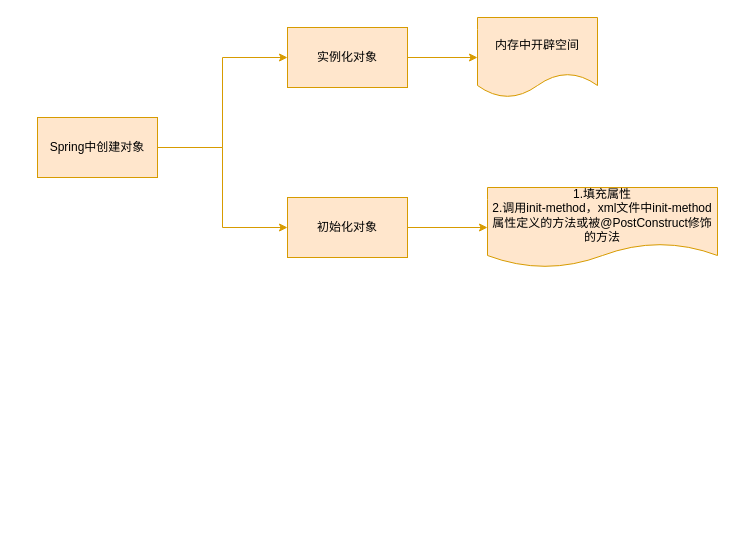
The draw.io diagram learn/spring.drawio in wenjunting50779/spring_learn, before the edit. Source tidied: cells renumbered, new cells numbered last; positions are measured from the earlier drawing's top-left corner, leaving out a move shared by most shapes. Both pictures are drawn from the tidied source at 100%, with x=0, y=0 at pixel (37, 17).
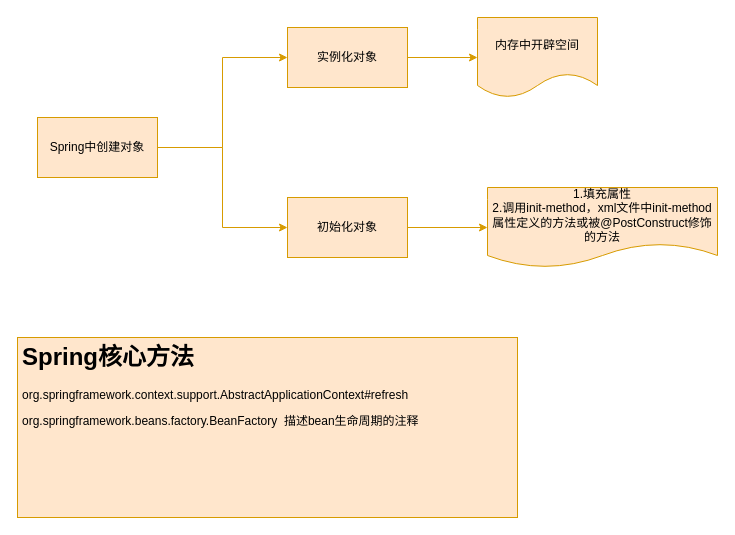
The same diagram, later.

What changed in the source:
```diff
@@
 <mxGraphModel>
   <root>
     <mxCell id="0" />
     <mxCell id="1" parent="0" />
     <mxCell id="2" style="edgeStyle=orthogonalEdgeStyle;rounded=0;jettySize=auto;html=1;exitX=1;exitY=0.5;exitDx=0;exitDy=0;entryX=0;entryY=0.5;entryDx=0;entryDy=0;fillColor=#ffe6cc;strokeColor=#d79b00;" parent="1" edge="1" source="4" target="6">
       <mxGeometry relative="1" as="geometry" />
     </mxCell>
     <mxCell id="3" style="edgeStyle=orthogonalEdgeStyle;rounded=0;jettySize=auto;html=1;exitX=1;exitY=0.5;exitDx=0;exitDy=0;entryX=0;entryY=0.5;entryDx=0;entryDy=0;fillColor=#ffe6cc;strokeColor=#d79b00;" parent="1" edge="1" source="4" target="8">
       <mxGeometry relative="1" as="geometry" />
     </mxCell>
     <mxCell id="4" value="Spring中创建对象" style="rounded=0;whiteSpace=wrap;html=1;fillColor=#ffe6cc;strokeColor=#d79b00;" parent="1" vertex="1">
       <mxGeometry y="100" width="120" height="60" as="geometry" />
     </mxCell>
     <mxCell id="5" style="edgeStyle=orthogonalEdgeStyle;rounded=0;jettySize=auto;html=1;exitX=1;exitY=0.5;exitDx=0;exitDy=0;entryX=0;entryY=0.5;entryDx=0;entryDy=0;fillColor=#ffe6cc;strokeColor=#d79b00;" parent="1" edge="1" source="6" target="9">
       <mxGeometry relative="1" as="geometry" />
     </mxCell>
     <mxCell id="6" value="实例化对象" style="rounded=0;whiteSpace=wrap;html=1;fillColor=#ffe6cc;strokeColor=#d79b00;" parent="1" vertex="1">
       <mxGeometry x="250" y="10" width="120" height="60" as="geometry" />
     </mxCell>
     <mxCell id="7" style="edgeStyle=orthogonalEdgeStyle;rounded=0;jettySize=auto;html=1;exitX=1;exitY=0.5;exitDx=0;exitDy=0;entryX=0;entryY=0.5;entryDx=0;entryDy=0;fillColor=#ffe6cc;strokeColor=#d79b00;" parent="1" edge="1" source="8" target="10">
       <mxGeometry relative="1" as="geometry" />
     </mxCell>
     <mxCell id="8" value="初始化对象" style="rounded=0;whiteSpace=wrap;html=1;fillColor=#ffe6cc;strokeColor=#d79b00;" parent="1" vertex="1">
       <mxGeometry x="250" y="180" width="120" height="60" as="geometry" />
     </mxCell>
     <mxCell id="9" value="内存中开辟空间" style="shape=document;whiteSpace=wrap;html=1;boundedLbl=1;fillColor=#ffe6cc;strokeColor=#d79b00;" parent="1" vertex="1">
       <mxGeometry x="440" width="120" height="80" as="geometry" />
     </mxCell>
     <mxCell id="10" value="1.填充属性&lt;br&gt;2.调用init-method，xml文件中init-method属性定义的方法或被@PostConstruct修饰的方法" style="shape=document;whiteSpace=wrap;html=1;boundedLbl=1;fillColor=#ffe6cc;strokeColor=#d79b00;" parent="1" vertex="1">
       <mxGeometry x="450" y="170" width="230" height="80" as="geometry" />
     </mxCell>
+    <mxCell id="11" value="&lt;h1&gt;Spring核心方法&lt;/h1&gt;&lt;p&gt;org.springframework.context.support.AbstractApplicationContext#refresh&lt;/p&gt;&lt;p&gt;org.springframework.beans.factory.BeanFactory&amp;nbsp; 描述bean生命周期的注释&lt;/p&gt;&lt;p&gt;&lt;br&gt;&lt;/p&gt;" style="text;html=1;strokeColor=#d79b00;fillColor=#ffe6cc;spacing=5;spacingTop=-20;whiteSpace=wrap;overflow=hidden;rounded=0;" parent="1" vertex="1">
+      <mxGeometry x="-20" y="320" width="500" height="180" as="geometry" />
+    </mxCell>
   </root>
 </mxGraphModel>
```
